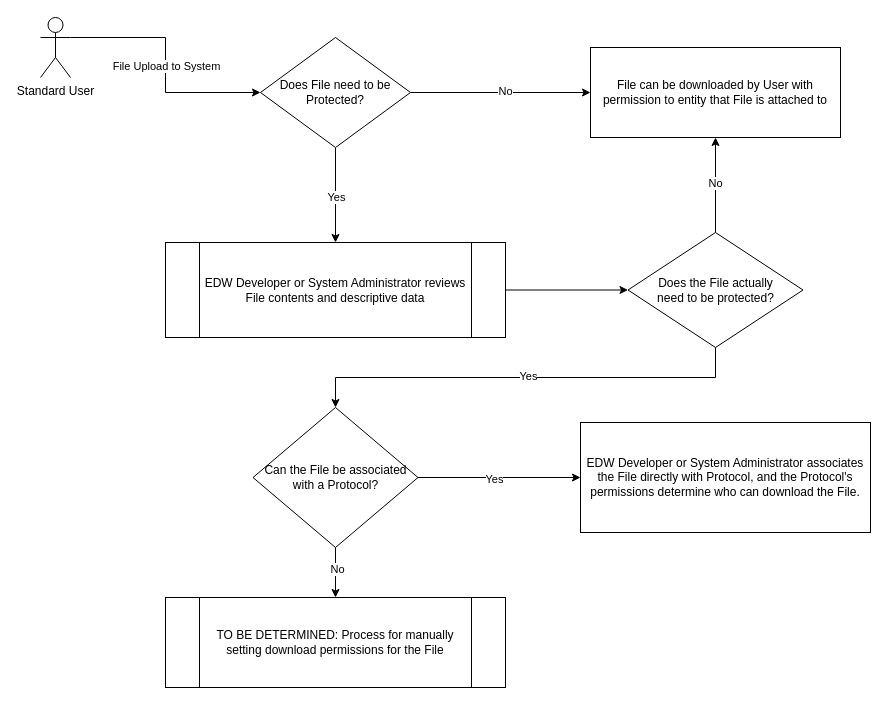
Before: page "File Mgmt Flowchart" (2 of 2) of DataLENS v2 File Download Process.drawio in ntimkovich/UAB-II-Diagrams, a draw.io diagram. Source tidied: cells renumbered, new cells numbered last; positions are measured from the earlier drawing's top-left corner, leaving out a move shared by most shapes. Both pictures are drawn from the tidied source at 100%, with x=0, y=0 at pixel (40, 17).
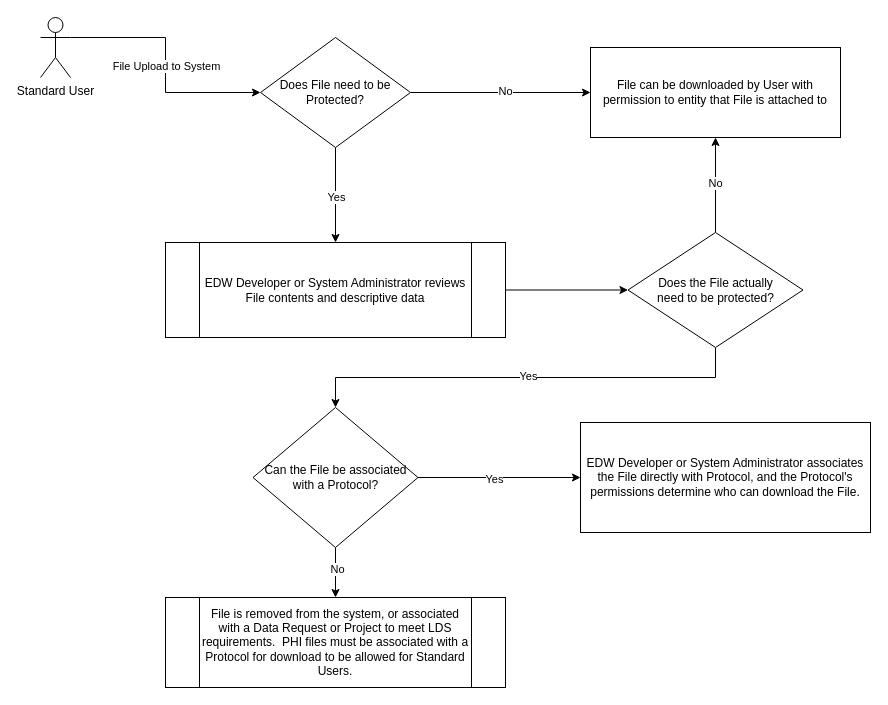
The same page after the edit.

Change to the diagram source:
```diff
@@
-    <mxCell id="21" value="TO BE DETERMINED: Process for manually setting download permissions for the File" style="shape=process;whiteSpace=wrap;html=1;backgroundOutline=1;" parent="1" vertex="1">
+    <mxCell id="21" value="File is removed from the system, or associated with a Data Request or Project to meet LDS requirements.&amp;nbsp; PHI files must be associated with a Protocol for download to be allowed for Standard Users." style="shape=process;whiteSpace=wrap;html=1;backgroundOutline=1;" parent="1" vertex="1">
       <mxGeometry x="125" y="580" width="340" height="90" as="geometry" />
     </mxCell>
```
